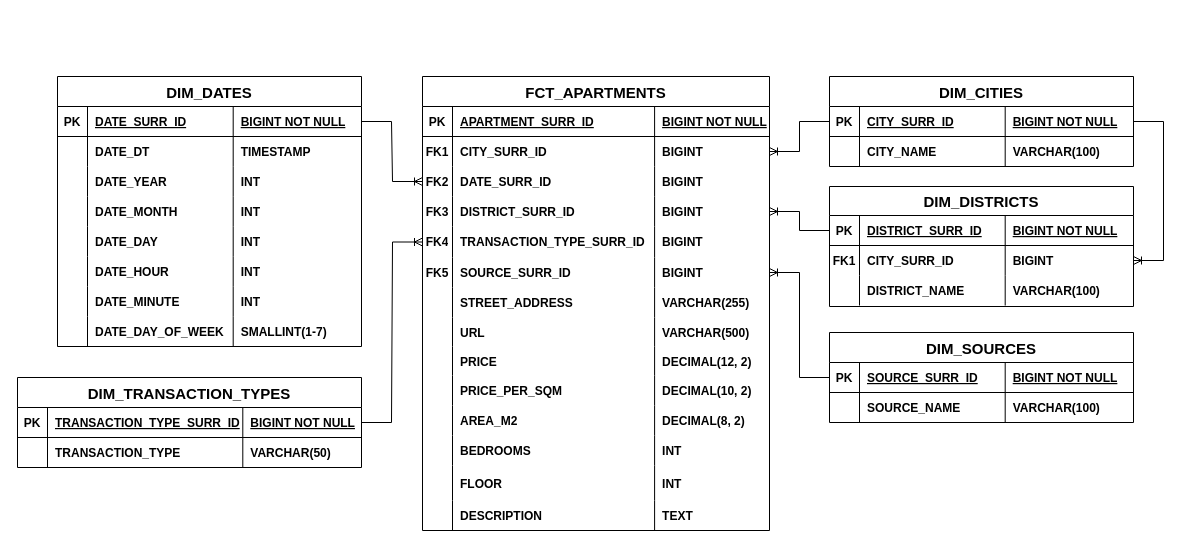
The draw.io diagram database/Apartments_Star_Schema.drawio in GiorgiEz/apartment-analytics, before the edit. Source tidied: cells renumbered, new cells numbered last; positions are measured from the earlier drawing's top-left corner, leaving out a move shared by most shapes. Both pictures are drawn from the tidied source at 100%, with x=0, y=0 at pixel (17, 76).
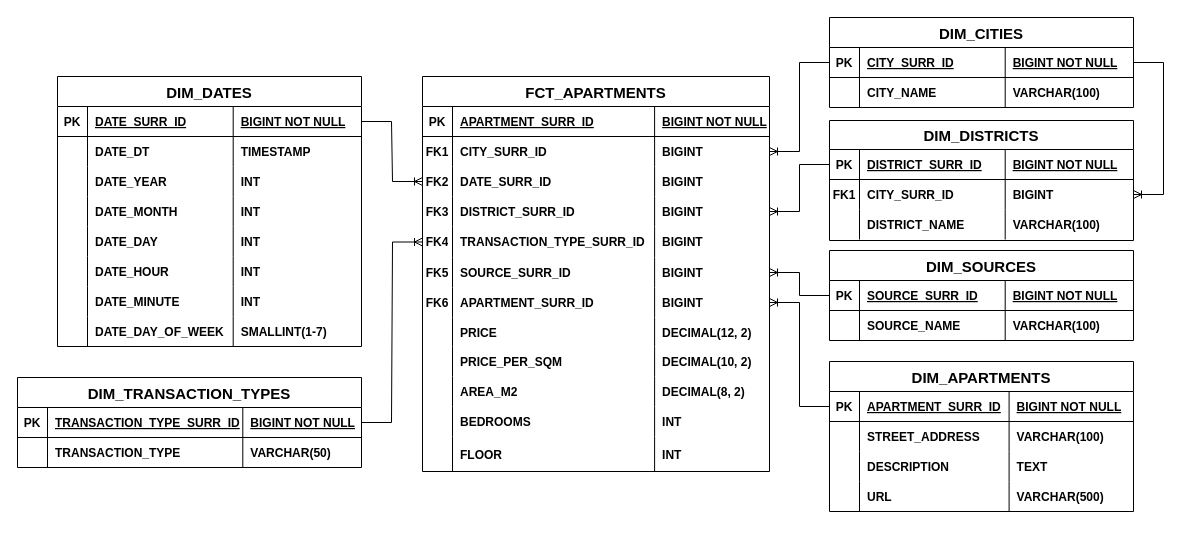
After the change.

Commit message:
Created new dimension table for street address, description and url

Unchanged cells that the change refers to:
```xml
<mxCell id="27" style="shape=partialRectangle;fillColor=none;points=[[0,0.5],[1,0.5]];portConstraint=eastwest;top=0;left=0;right=0;bottom=0;" parent="2" vertex="1">
  <mxGeometry y="211" width="347" height="30" as="geometry" />
</mxCell>
```

The edit, as a diff of the source:
```diff
@@
     <mxCell id="2" value="FCT_APARTMENTS" style="shape=table;startSize=30;childLayout=tableLayout;rowLines=0;fontStyle=1;align=center;fontSize=15;" parent="1" vertex="1">
-      <mxGeometry x="405" width="347" height="454" as="geometry" />
+      <mxGeometry x="405" width="347" height="395" as="geometry" />
     </mxCell>
@@
-    <mxCell id="28" style="shape=partialRectangle;overflow=hidden;fillColor=none;top=0;left=0;bottom=0;right=0;fontStyle=1;" parent="27" vertex="1">
+    <mxCell id="28" value="FK6" style="shape=partialRectangle;overflow=hidden;fillColor=none;top=0;left=0;bottom=0;right=0;fontStyle=1;" parent="27" vertex="1">
       <mxGeometry width="30" height="30" as="geometry" />
     </mxCell>
-    <mxCell id="29" value="STREET_ADDRESS" style="shape=partialRectangle;overflow=hidden;fillColor=none;top=0;left=0;bottom=0;right=0;align=left;spacingLeft=6;fontStyle=1;" parent="27" vertex="1">
+    <mxCell id="29" value="APARTMENT_SURR_ID" style="shape=partialRectangle;overflow=hidden;fillColor=none;top=0;left=0;bottom=0;right=0;align=left;spacingLeft=6;fontStyle=1;" parent="27" vertex="1">
       <mxGeometry x="30" width="202.1" height="30" as="geometry" />
     </mxCell>
-    <mxCell id="30" value="VARCHAR(255)" style="shape=partialRectangle;overflow=hidden;fillColor=none;top=0;left=0;bottom=0;right=0;align=left;spacingLeft=6;fontStyle=1;" parent="27" vertex="1">
+    <mxCell id="30" value="BIGINT" style="shape=partialRectangle;overflow=hidden;fillColor=none;top=0;left=0;bottom=0;right=0;align=left;spacingLeft=6;fontStyle=1;" parent="27" vertex="1">
       <mxGeometry x="232.1" width="114.9" height="30" as="geometry" />
     </mxCell>
-    <mxCell id="31" style="shape=partialRectangle;fillColor=none;top=0;left=0;right=0;bottom=0;" parent="2" vertex="1">
-      <mxGeometry y="241" width="347" height="29" as="geometry" />
-    </mxCell>
-    <mxCell id="32" style="shape=partialRectangle;overflow=hidden;fillColor=none;top=0;left=0;bottom=0;right=0;" parent="31" vertex="1">
-      <mxGeometry width="30" height="29" as="geometry" />
-    </mxCell>
-    <mxCell id="33" value="URL " style="shape=partialRectangle;overflow=hidden;fillColor=none;top=0;left=0;bottom=0;right=0;align=left;spacingLeft=6;fontStyle=1;" parent="31" vertex="1">
-      <mxGeometry x="30" width="202.1" height="29" as="geometry" />
-    </mxCell>
-    <mxCell id="34" value="VARCHAR(500)" style="shape=partialRectangle;overflow=hidden;fillColor=none;top=0;left=0;bottom=0;right=0;align=left;spacingLeft=6;fontStyle=1;" parent="31" vertex="1">
-      <mxGeometry x="232.1" width="114.9" height="29" as="geometry" />
-    </mxCell>
     <mxCell id="35" style="shape=partialRectangle;fillColor=none;top=0;left=0;right=0;bottom=0;" parent="2" vertex="1">
-      <mxGeometry y="270" width="347" height="29" as="geometry" />
+      <mxGeometry y="241" width="347" height="29" as="geometry" />
     </mxCell>
@@
     <mxCell id="39" style="shape=partialRectangle;fillColor=none;top=0;left=0;right=0;bottom=0;" parent="2" vertex="1">
-      <mxGeometry y="299" width="347" height="30" as="geometry" />
+      <mxGeometry y="270" width="347" height="30" as="geometry" />
     </mxCell>
@@
     <mxCell id="43" style="shape=partialRectangle;fillColor=none;top=0;left=0;right=0;bottom=0;" parent="2" vertex="1">
-      <mxGeometry y="329" width="347" height="30" as="geometry" />
+      <mxGeometry y="300" width="347" height="30" as="geometry" />
     </mxCell>
@@
     <mxCell id="47" style="shape=partialRectangle;fillColor=none;top=0;left=0;right=0;bottom=0;" parent="2" vertex="1">
-      <mxGeometry y="359" width="347" height="30" as="geometry" />
+      <mxGeometry y="330" width="347" height="30" as="geometry" />
     </mxCell>
@@
     <mxCell id="51" style="shape=partialRectangle;fillColor=none;top=0;left=0;right=0;bottom=0;" parent="2" vertex="1">
-      <mxGeometry y="389" width="347" height="35" as="geometry" />
+      <mxGeometry y="360" width="347" height="35" as="geometry" />
     </mxCell>
@@
-    <mxCell id="55" style="shape=tableRow;horizontal=0;startSize=0;swimlaneHead=0;swimlaneBody=0;fillColor=none;top=0;left=0;right=0;bottom=0;" parent="2" vertex="1">
-      <mxGeometry y="424" width="347" height="30" as="geometry" />
-    </mxCell>
-    <mxCell id="56" style="shape=partialRectangle;fillColor=none;top=0;left=0;bottom=0;right=0;overflow=hidden;" parent="55" vertex="1">
-      <mxGeometry width="30" height="30" as="geometry" />
-    </mxCell>
-    <mxCell id="57" value="DESCRIPTION " style="shape=partialRectangle;fillColor=none;top=0;left=0;bottom=0;right=0;align=left;spacingLeft=6;overflow=hidden;fontStyle=1;" parent="55" vertex="1">
-      <mxGeometry x="30" width="202.1" height="30" as="geometry" />
-    </mxCell>
-    <mxCell id="58" value="TEXT" style="shape=partialRectangle;fillColor=none;top=0;left=0;bottom=0;right=0;align=left;spacingLeft=6;overflow=hidden;fontStyle=1;" parent="55" vertex="1">
-      <mxGeometry x="232.1" width="114.9" height="30" as="geometry" />
-    </mxCell>
@@
     <mxCell id="93" value="DIM_CITIES" style="shape=table;startSize=30;childLayout=tableLayout;rowLines=0;fontStyle=1;align=center;fontSize=15;" parent="1" vertex="1">
-      <mxGeometry x="812" width="304" height="90" as="geometry" />
+      <mxGeometry x="812" y="-59" width="304" height="90" as="geometry" />
     </mxCell>
@@
     <mxCell id="102" value="DIM_DISTRICTS" style="shape=table;startSize=29;childLayout=tableLayout;rowLines=0;fontStyle=1;align=center;fontSize=15;" parent="1" vertex="1">
-      <mxGeometry x="812" y="110" width="304" height="120" as="geometry" />
+      <mxGeometry x="812" y="44" width="304" height="120" as="geometry" />
     </mxCell>
@@
     <mxCell id="128" value="DIM_SOURCES" style="shape=table;startSize=30;childLayout=tableLayout;rowLines=0;fontStyle=1;align=center;fontSize=15;" parent="1" vertex="1">
-      <mxGeometry x="812" y="256" width="304" height="90" as="geometry" />
+      <mxGeometry x="812" y="174" width="304" height="90" as="geometry" />
     </mxCell>
@@
+    <mxCell id="138" value="DIM_APARTMENTS" style="shape=table;startSize=30;childLayout=tableLayout;rowLines=0;fontStyle=1;align=center;fontSize=15;" parent="1" vertex="1">
+      <mxGeometry x="812" y="285" width="304" height="150" as="geometry" />
+    </mxCell>
+    <mxCell id="139" style="shape=partialRectangle;fillColor=none;points=[[0,0.5],[1,0.5]];portConstraint=eastwest;top=0;left=0;right=0;bottom=1;" parent="138" vertex="1">
+      <mxGeometry y="30" width="304" height="30" as="geometry" />
+    </mxCell>
+    <mxCell id="140" value="PK" style="shape=partialRectangle;overflow=hidden;fillColor=none;top=0;left=0;bottom=0;right=0;fontStyle=1;" parent="139" vertex="1">
+      <mxGeometry width="30" height="30" as="geometry" />
+    </mxCell>
+    <mxCell id="141" value="APARTMENT_SURR_ID" style="shape=partialRectangle;overflow=hidden;fillColor=none;top=0;left=0;bottom=0;right=0;align=left;spacingLeft=6;fontStyle=5;" parent="139" vertex="1">
+      <mxGeometry x="30" width="149.6" height="30" as="geometry" />
+    </mxCell>
+    <mxCell id="142" value="BIGINT NOT NULL" style="shape=partialRectangle;overflow=hidden;fillColor=none;top=0;left=0;bottom=0;right=0;align=left;spacingLeft=6;fontStyle=5;" parent="139" vertex="1">
+      <mxGeometry x="179.6" width="124.4" height="30" as="geometry" />
+    </mxCell>
+    <mxCell id="143" style="shape=tableRow;horizontal=0;startSize=0;swimlaneHead=0;swimlaneBody=0;fillColor=none;top=0;left=0;right=0;bottom=0;" parent="138" vertex="1">
+      <mxGeometry y="60" width="304" height="30" as="geometry" />
+    </mxCell>
+    <mxCell id="144" style="shape=partialRectangle;fillColor=none;top=0;left=0;bottom=0;right=0;overflow=hidden;" parent="143" vertex="1">
+      <mxGeometry width="30" height="30" as="geometry" />
+    </mxCell>
+    <mxCell id="145" value="STREET_ADDRESS" style="shape=partialRectangle;fillColor=none;top=0;left=0;bottom=0;right=0;align=left;spacingLeft=6;overflow=hidden;fontStyle=1;" parent="143" vertex="1">
+      <mxGeometry x="30" width="149.6" height="30" as="geometry" />
+    </mxCell>
+    <mxCell id="146" value="VARCHAR(100)" style="shape=partialRectangle;fillColor=none;top=0;left=0;bottom=0;right=0;align=left;spacingLeft=6;overflow=hidden;fontStyle=1;" parent="143" vertex="1">
+      <mxGeometry x="179.6" width="124.4" height="30" as="geometry" />
+    </mxCell>
+    <mxCell id="147" style="shape=tableRow;horizontal=0;startSize=0;swimlaneHead=0;swimlaneBody=0;fillColor=none;top=0;left=0;right=0;bottom=0;" parent="138" vertex="1">
+      <mxGeometry y="90" width="304" height="30" as="geometry" />
+    </mxCell>
+    <mxCell id="148" style="shape=partialRectangle;fillColor=none;top=0;left=0;bottom=0;right=0;overflow=hidden;" parent="147" vertex="1">
+      <mxGeometry width="30" height="30" as="geometry" />
+    </mxCell>
+    <mxCell id="57" value="DESCRIPTION" style="shape=partialRectangle;fillColor=none;top=0;left=0;bottom=0;right=0;align=left;spacingLeft=6;overflow=hidden;fontStyle=1;" parent="147" vertex="1">
+      <mxGeometry x="30" width="149.6" height="30" as="geometry" />
+    </mxCell>
+    <mxCell id="58" value="TEXT" style="shape=partialRectangle;fillColor=none;top=0;left=0;bottom=0;right=0;align=left;spacingLeft=6;overflow=hidden;fontStyle=1;" parent="147" vertex="1">
+      <mxGeometry x="179.6" width="124.4" height="30" as="geometry" />
+    </mxCell>
+    <mxCell id="149" style="shape=tableRow;horizontal=0;startSize=0;swimlaneHead=0;swimlaneBody=0;fillColor=none;top=0;left=0;right=0;bottom=0;" parent="138" vertex="1">
+      <mxGeometry y="120" width="304" height="30" as="geometry" />
+    </mxCell>
+    <mxCell id="150" style="shape=partialRectangle;fillColor=none;top=0;left=0;bottom=0;right=0;overflow=hidden;" parent="149" vertex="1">
+      <mxGeometry width="30" height="30" as="geometry" />
+    </mxCell>
+    <mxCell id="33" value="URL" style="shape=partialRectangle;fillColor=none;top=0;left=0;bottom=0;right=0;align=left;spacingLeft=6;overflow=hidden;fontStyle=1;" parent="149" vertex="1">
+      <mxGeometry x="30" width="149.6" height="30" as="geometry" />
+    </mxCell>
+    <mxCell id="34" value="VARCHAR(500)" style="shape=partialRectangle;fillColor=none;top=0;left=0;bottom=0;right=0;align=left;spacingLeft=6;overflow=hidden;fontStyle=1;" parent="149" vertex="1">
+      <mxGeometry x="179.6" width="124.4" height="30" as="geometry" />
+    </mxCell>
+    <mxCell id="151" style="edgeStyle=entityRelationEdgeStyle;fontSize=12;html=1;endArrow=ERoneToMany;rounded=0;" parent="1" edge="1" source="139" target="27">
+      <mxGeometry relative="1" as="geometry">
+        <Array as="points">
+          <mxPoint x="1303" y="962" />
+        </Array>
+      </mxGeometry>
+    </mxCell>
```
